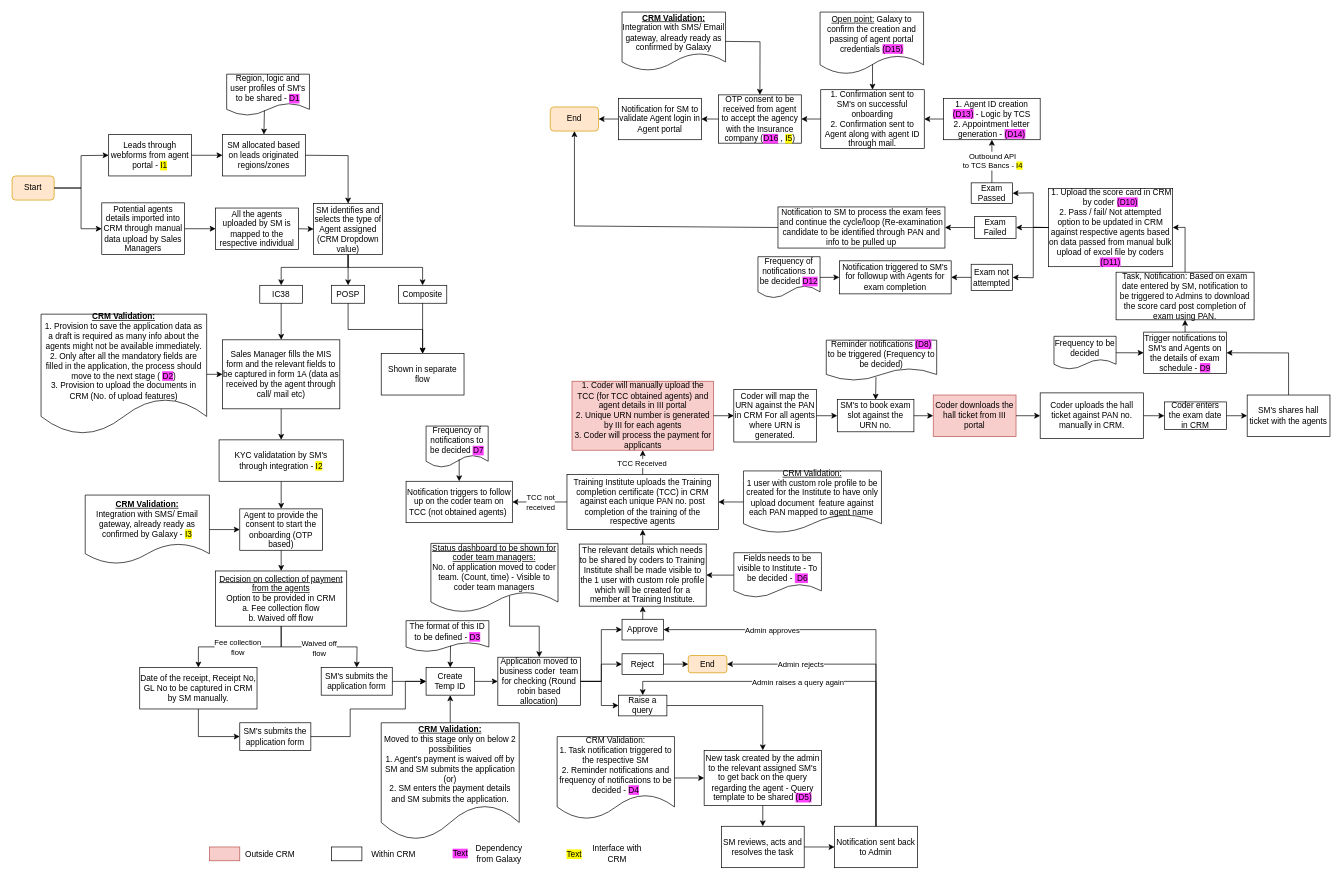
Earlier version of the draw.io diagram Agent Onboarding IC38.drawio (shaileshsreedar/Galaxy). Source tidied: cells renumbered, new cells numbered last; positions are measured from the earlier drawing's top-left corner, leaving out a move shared by most shapes. Both pictures are drawn from the tidied source at 69%, with x=0, y=0 at pixel (12, 12).
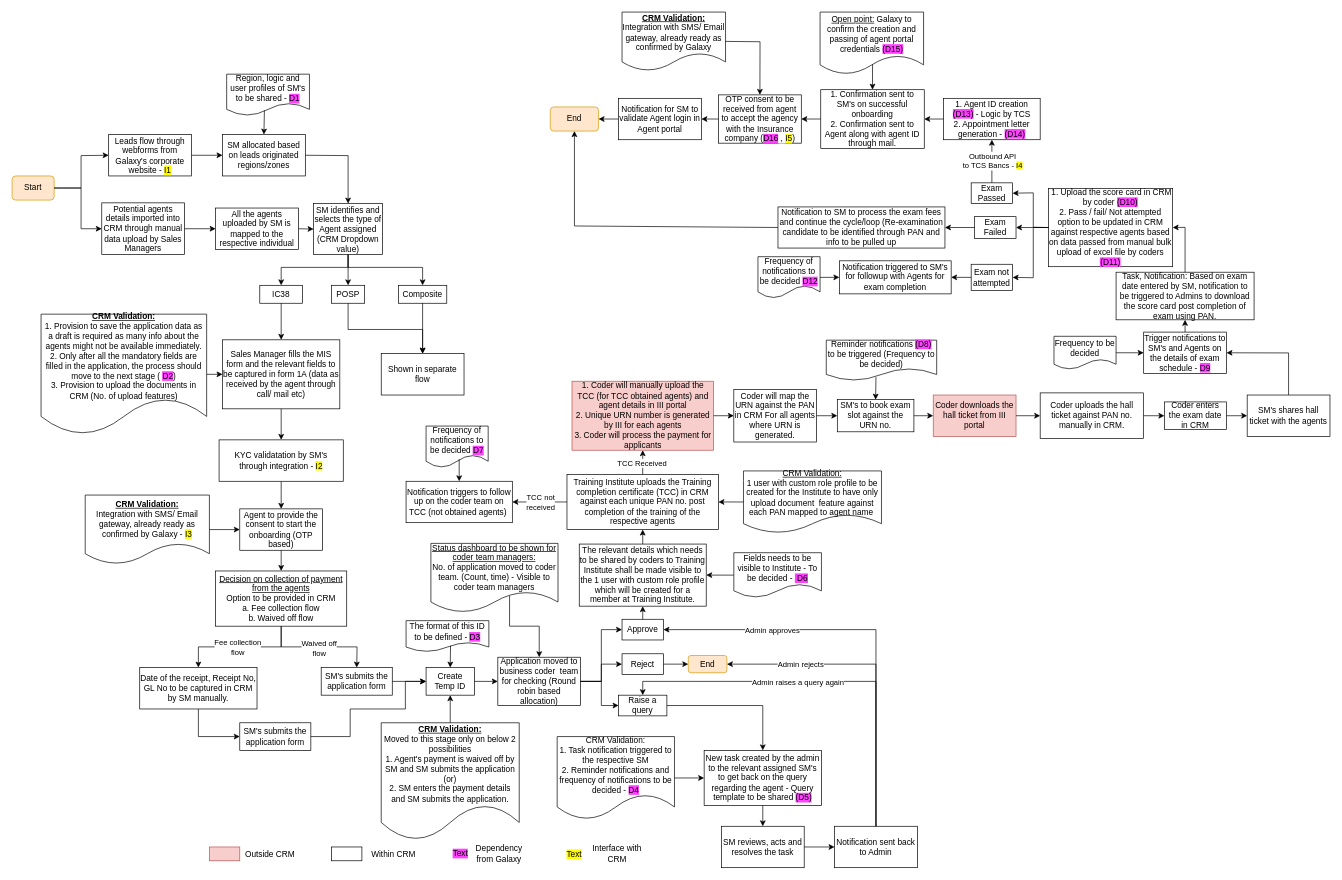
The same diagram, later.

Change to the diagram source:
```diff
@@
-    <mxCell id="134" value="Leads through webforms from agent portal -&amp;nbsp;&lt;span style=&quot;background-color: rgb(255, 251, 0);&quot;&gt;I1&lt;/span&gt;" style="rounded=0;whiteSpace=wrap;html=1;" parent="1" vertex="1">
+    <mxCell id="134" value="Leads flow through webforms from Galaxy's corporate website -&amp;nbsp;&lt;span style=&quot;background-color: rgb(255, 251, 0);&quot;&gt;I1&lt;/span&gt;" style="rounded=0;whiteSpace=wrap;html=1;" parent="1" vertex="1">
       <mxGeometry x="140" y="177.5" width="120" height="60" as="geometry" />
     </mxCell>
```
